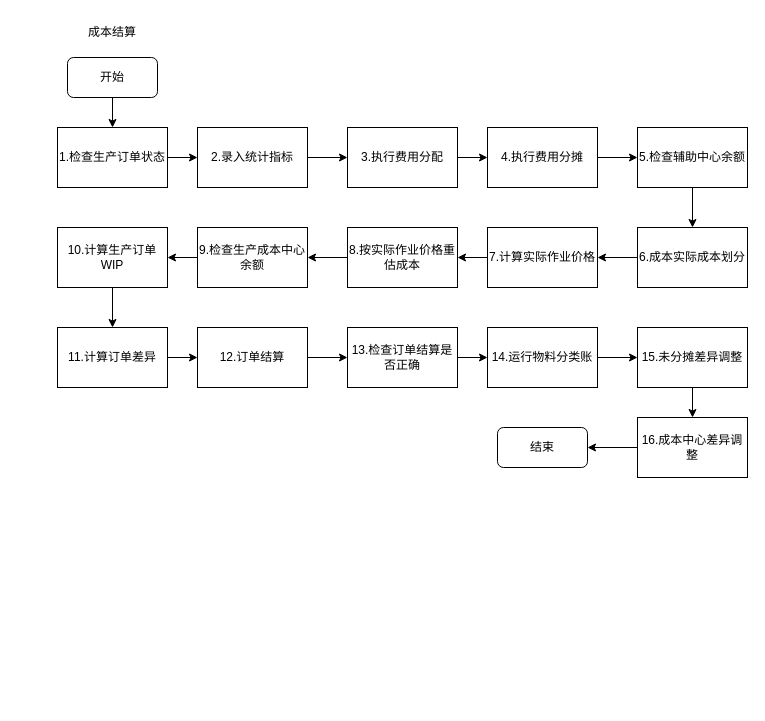
This is CO成本结算.drawio from 20000428/drawio, a draw.io file, before an edit. Source tidied: cells renumbered, new cells numbered last; positions are measured from the earlier drawing's top-left corner, leaving out a move shared by most shapes. Both pictures are drawn from the tidied source at 100%, with x=0, y=0 at pixel (57, 17).
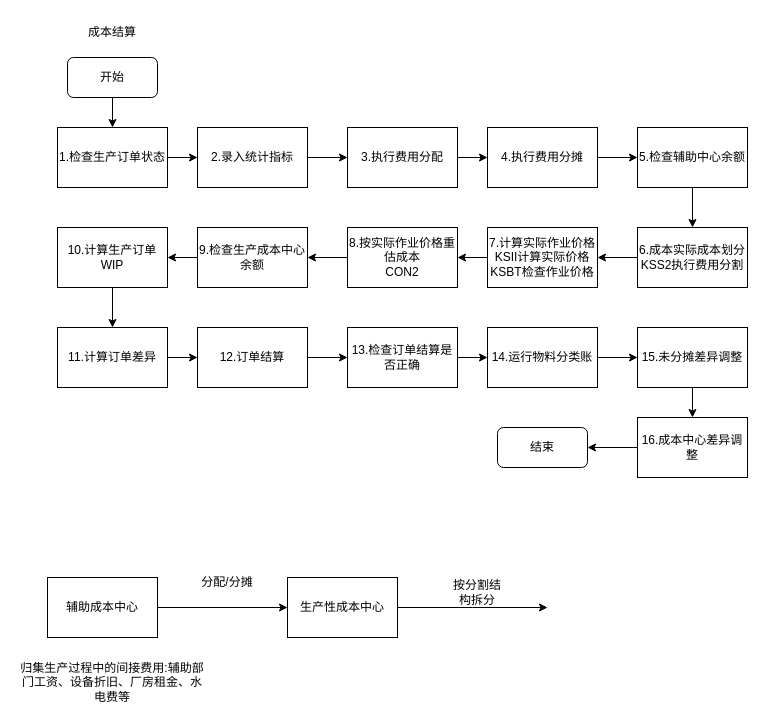
The same page after the edit.

Commit message:
更新CO成本结算.drawio

What changed in the source:
```diff
@@
-    <mxCell id="16" value="6.成本实际成本划分" style="rounded=0;whiteSpace=wrap;html=1;" parent="1" vertex="1">
+    <mxCell id="16" value="6.成本实际成本划分&lt;div&gt;KSS2执行费用分割&lt;/div&gt;" style="rounded=0;whiteSpace=wrap;html=1;" parent="1" vertex="1">
       <mxGeometry x="580" y="210" width="110" height="60" as="geometry" />
     </mxCell>
@@
-    <mxCell id="18" value="7.计算实际作业价格" style="rounded=0;whiteSpace=wrap;html=1;" parent="1" vertex="1">
+    <mxCell id="18" value="7.计算实际作业价格&lt;div&gt;KSII计算实际价格&lt;/div&gt;&lt;div&gt;KSBT检查作业价格&lt;/div&gt;" style="rounded=0;whiteSpace=wrap;html=1;" parent="1" vertex="1">
       <mxGeometry x="430" y="210" width="110" height="60" as="geometry" />
     </mxCell>
@@
-    <mxCell id="20" value="8.按实际作业价格重估成本" style="rounded=0;whiteSpace=wrap;html=1;" parent="1" vertex="1">
+    <mxCell id="20" value="8.按实际作业价格重估成本&lt;div&gt;CON2&lt;/div&gt;" style="rounded=0;whiteSpace=wrap;html=1;" parent="1" vertex="1">
       <mxGeometry x="290" y="210" width="110" height="60" as="geometry" />
     </mxCell>
@@
+    <mxCell id="38" style="edgeStyle=orthogonalEdgeStyle;rounded=0;jettySize=auto;html=1;exitX=1;exitY=0.5;exitDx=0;exitDy=0;entryX=0;entryY=0.5;entryDx=0;entryDy=0;" parent="1" edge="1" source="39" target="42">
+      <mxGeometry relative="1" as="geometry" />
+    </mxCell>
+    <mxCell id="39" value="辅助成本中心" style="rounded=0;whiteSpace=wrap;html=1;" parent="1" vertex="1">
+      <mxGeometry x="-10" y="560" width="110" height="60" as="geometry" />
+    </mxCell>
+    <mxCell id="40" value="归集生产过程中的间接费用:辅助部门工资、设备折旧、厂房租金、水电费等" style="text;html=1;whiteSpace=wrap;strokeColor=none;fillColor=none;align=center;verticalAlign=middle;rounded=0;" parent="1" vertex="1">
+      <mxGeometry x="-40" y="650" width="190" height="30" as="geometry" />
+    </mxCell>
+    <mxCell id="41" style="edgeStyle=orthogonalEdgeStyle;rounded=0;jettySize=auto;html=1;exitX=1;exitY=0.5;exitDx=0;exitDy=0;" parent="1" edge="1" source="42">
+      <mxGeometry relative="1" as="geometry">
+        <mxPoint x="490" y="590" as="targetPoint" />
+      </mxGeometry>
+    </mxCell>
+    <mxCell id="42" value="生产性成本中心" style="rounded=0;whiteSpace=wrap;html=1;" parent="1" vertex="1">
+      <mxGeometry x="230" y="560" width="110" height="60" as="geometry" />
+    </mxCell>
+    <mxCell id="43" value="分配/分摊" style="text;html=1;whiteSpace=wrap;strokeColor=none;fillColor=none;align=center;verticalAlign=middle;rounded=0;" parent="1" vertex="1">
+      <mxGeometry x="140" y="550" width="60" height="30" as="geometry" />
+    </mxCell>
+    <mxCell id="44" value="按分割结构拆分" style="text;html=1;whiteSpace=wrap;strokeColor=none;fillColor=none;align=center;verticalAlign=middle;rounded=0;" parent="1" vertex="1">
+      <mxGeometry x="390" y="560" width="60" height="30" as="geometry" />
+    </mxCell>
```
